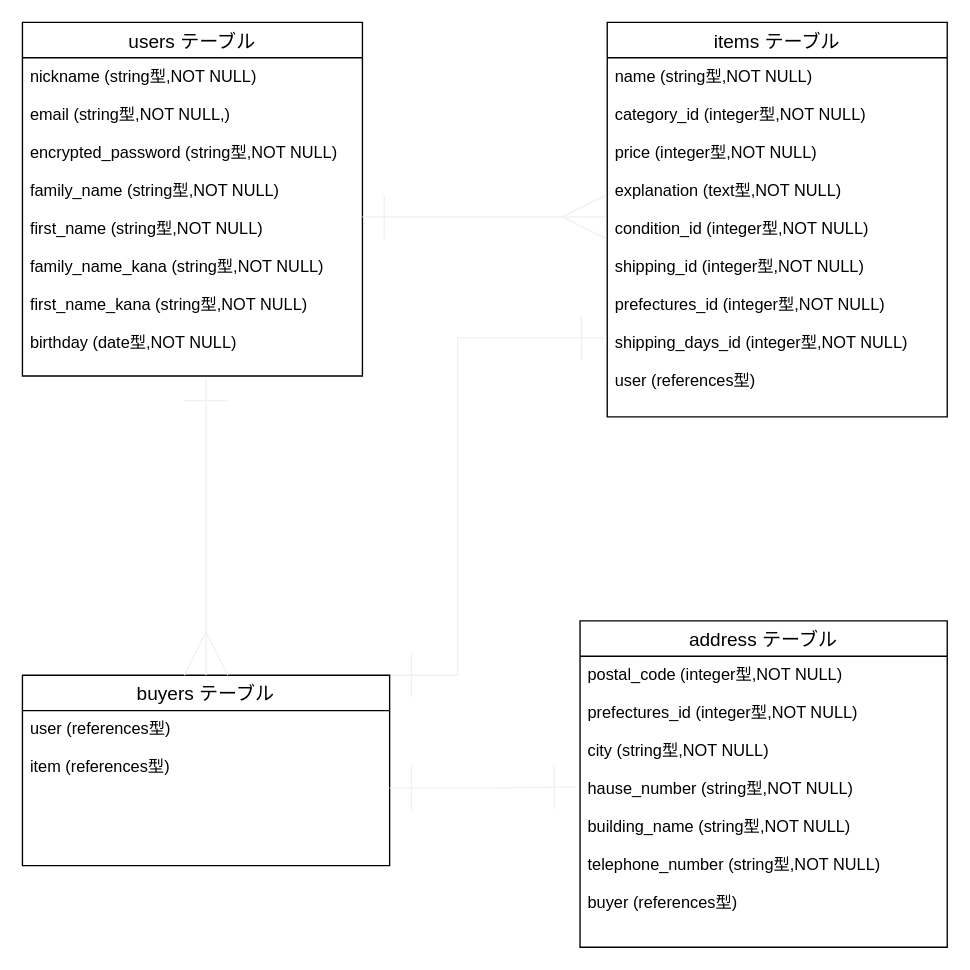
Above: test.dio in tbs1117/furima-36412 (draw.io), before the change. Source tidied: cells renumbered, new cells numbered last; positions are measured from the earlier drawing's top-left corner, leaving out a move shared by most shapes. Both pictures are drawn from the tidied source at 136%, with x=0, y=0 at pixel (22, 22).
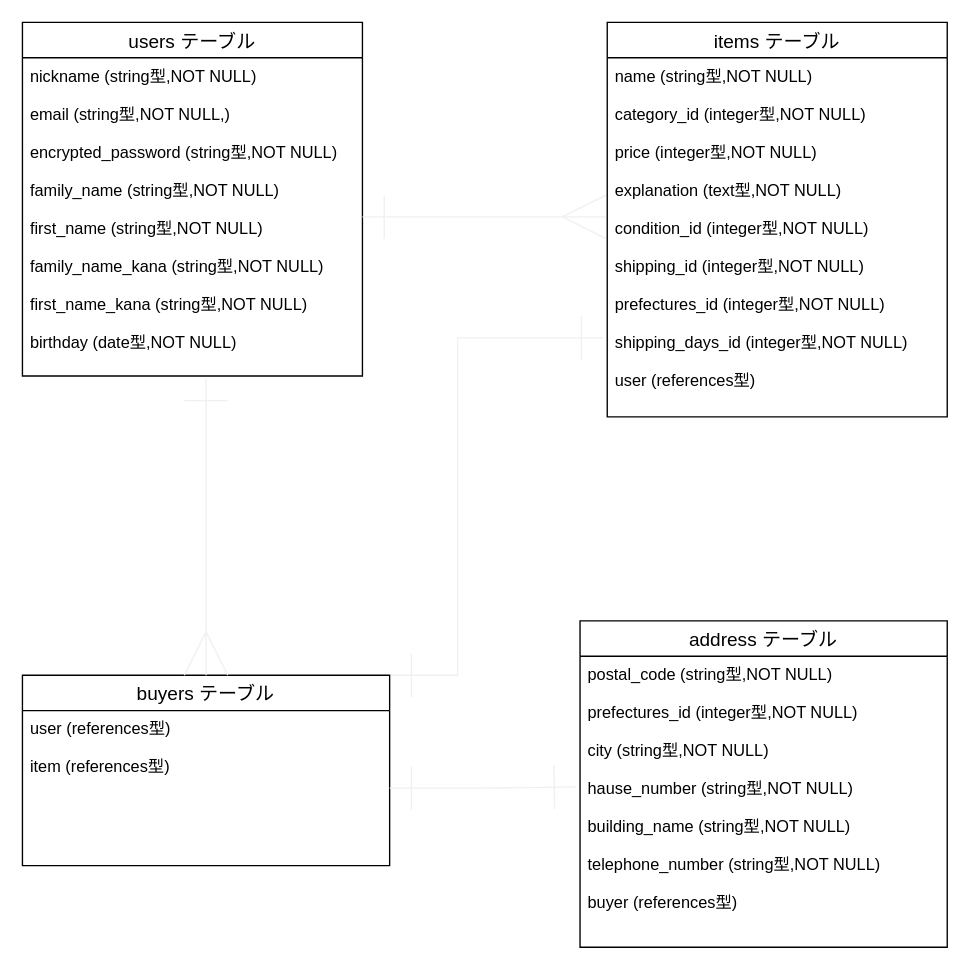
Above is the later version.

Commit message (it also covers changes not shown here):
データベースの修正⑤

The edit, as a diff of the source:
```diff
@@
 <mxGraphModel>
   <root>
     <mxCell id="0" />
     <mxCell id="1" parent="0" />
     <mxCell id="2" value="users テーブル" style="swimlane;fontStyle=0;horizontal=1;startSize=26;align=center;fontSize=14;" parent="1" vertex="1">
       <mxGeometry width="250" height="260" as="geometry" />
     </mxCell>
     <mxCell id="3" value="nickname (string型,NOT NULL)&#10;&#10;email (string型,NOT NULL,)&#10;&#10;encrypted_password (string型,NOT NULL)&#10;&#10;family_name (string型,NOT NULL)&#10;&#10;first_name (string型,NOT NULL)&#10;&#10;family_name_kana (string型,NOT NULL)&#10;&#10;first_name_kana (string型,NOT NULL)&#10;&#10;birthday (date型,NOT NULL)" style="text;strokeColor=none;fillColor=none;spacingLeft=4;spacingRight=4;overflow=hidden;points=[[0,0.5],[1,0.5]];portConstraint=eastwest;fontSize=12;" parent="2" vertex="1">
       <mxGeometry y="26" width="250" height="234" as="geometry" />
     </mxCell>
     <mxCell id="4" value="items テーブル" style="swimlane;fontStyle=0;horizontal=1;startSize=26;align=center;fontSize=14;" parent="1" vertex="1">
       <mxGeometry x="430" width="250" height="290" as="geometry" />
     </mxCell>
     <mxCell id="5" value="name (string型,NOT NULL)&#10;&#10;category_id (integer型,NOT NULL)&#10;&#10;price (integer型,NOT NULL)&#10;&#10;explanation (text型,NOT NULL)&#10;&#10;condition_id (integer型,NOT NULL)&#10;&#10;shipping_id (integer型,NOT NULL)&#10;&#10;prefectures_id (integer型,NOT NULL)&#10;&#10;shipping_days_id (integer型,NOT NULL)&#10;&#10;user (references型)" style="text;strokeColor=none;fillColor=none;spacingLeft=4;spacingRight=4;overflow=hidden;points=[[0,0.5],[1,0.5]];portConstraint=eastwest;fontSize=12;" parent="4" vertex="1">
       <mxGeometry y="26" width="250" height="264" as="geometry" />
     </mxCell>
     <mxCell id="6" style="edgeStyle=orthogonalEdgeStyle;rounded=0;jumpSize=16;jettySize=auto;html=1;exitX=1;exitY=0;exitDx=0;exitDy=0;startArrow=ERone;startFill=0;endArrow=ERone;endFill=0;startSize=30;endSize=30;sourcePerimeterSpacing=0;targetPerimeterSpacing=0;strokeColor=#F0F0F0;strokeWidth=1;entryX=-0.012;entryY=0.78;entryDx=0;entryDy=0;entryPerimeter=0;" parent="1" edge="1" source="7" target="5">
       <mxGeometry relative="1" as="geometry">
         <Array as="points">
           <mxPoint x="320" y="480" />
           <mxPoint x="320" y="232" />
         </Array>
       </mxGeometry>
     </mxCell>
     <mxCell id="7" value="buyers テーブル" style="swimlane;fontStyle=0;horizontal=1;startSize=26;align=center;fontSize=14;" parent="1" vertex="1">
       <mxGeometry y="480" width="270" height="140" as="geometry" />
     </mxCell>
     <mxCell id="8" value="user (references型)&#10;&#10;item (references型)&#10;&#10;" style="text;strokeColor=none;fillColor=none;spacingLeft=4;spacingRight=4;overflow=hidden;points=[[0,0.5],[1,0.5]];portConstraint=eastwest;fontSize=12;" parent="7" vertex="1">
       <mxGeometry y="26" width="270" height="114" as="geometry" />
     </mxCell>
     <mxCell id="9" value="address テーブル" style="swimlane;fontStyle=0;horizontal=1;startSize=26;align=center;fontSize=14;" parent="1" vertex="1">
       <mxGeometry x="410" y="440" width="270" height="240" as="geometry" />
     </mxCell>
-    <mxCell id="10" value="postal_code (integer型,NOT NULL)&#10;&#10;prefectures_id (integer型,NOT NULL)&#10;&#10;city (string型,NOT NULL)&#10;&#10;hause_number (string型,NOT NULL)&#10;&#10;building_name (string型,NOT NULL)&#10;&#10;telephone_number (string型,NOT NULL)&#10;&#10;buyer (references型)" style="text;strokeColor=none;fillColor=none;spacingLeft=4;spacingRight=4;overflow=hidden;points=[[0,0.5],[1,0.5]];portConstraint=eastwest;fontSize=12;" parent="9" vertex="1">
+    <mxCell id="10" value="postal_code (string型,NOT NULL)&#10;&#10;prefectures_id (integer型,NOT NULL)&#10;&#10;city (string型,NOT NULL)&#10;&#10;hause_number (string型,NOT NULL)&#10;&#10;building_name (string型,NOT NULL)&#10;&#10;telephone_number (string型,NOT NULL)&#10;&#10;buyer (references型)" style="text;strokeColor=none;fillColor=none;spacingLeft=4;spacingRight=4;overflow=hidden;points=[[0,0.5],[1,0.5]];portConstraint=eastwest;fontSize=12;" parent="9" vertex="1">
       <mxGeometry y="26" width="270" height="214" as="geometry" />
     </mxCell>
     <mxCell id="11" style="edgeStyle=orthogonalEdgeStyle;rounded=0;jumpSize=16;jettySize=auto;html=1;exitX=1;exitY=0.5;exitDx=0;exitDy=0;entryX=-0.004;entryY=0.443;entryDx=0;entryDy=0;entryPerimeter=0;startArrow=ERone;startFill=0;endArrow=ERmany;endFill=0;startSize=30;endSize=30;sourcePerimeterSpacing=0;targetPerimeterSpacing=0;strokeColor=#F0F0F0;strokeWidth=1;" parent="1" edge="1" source="3" target="5">
       <mxGeometry relative="1" as="geometry" />
     </mxCell>
     <mxCell id="12" style="edgeStyle=orthogonalEdgeStyle;rounded=0;jumpSize=16;jettySize=auto;html=1;entryX=0.5;entryY=0;entryDx=0;entryDy=0;startArrow=ERone;startFill=0;endArrow=ERmany;endFill=0;startSize=30;endSize=30;sourcePerimeterSpacing=0;targetPerimeterSpacing=0;strokeColor=#F0F0F0;strokeWidth=1;exitX=0.54;exitY=1.009;exitDx=0;exitDy=0;exitPerimeter=0;" parent="1" edge="1" source="3" target="7">
       <mxGeometry relative="1" as="geometry">
         <Array as="points">
           <mxPoint x="135" y="300" />
           <mxPoint x="135" y="300" />
         </Array>
       </mxGeometry>
     </mxCell>
     <mxCell id="13" style="edgeStyle=orthogonalEdgeStyle;rounded=0;jumpSize=16;jettySize=auto;html=1;exitX=1;exitY=0.5;exitDx=0;exitDy=0;entryX=-0.011;entryY=0.449;entryDx=0;entryDy=0;entryPerimeter=0;startArrow=ERone;startFill=0;endArrow=ERone;endFill=0;startSize=30;endSize=30;sourcePerimeterSpacing=0;targetPerimeterSpacing=0;strokeColor=#F0F0F0;strokeWidth=1;" parent="1" edge="1" source="8" target="10">
       <mxGeometry relative="1" as="geometry" />
     </mxCell>
   </root>
 </mxGraphModel>
```
